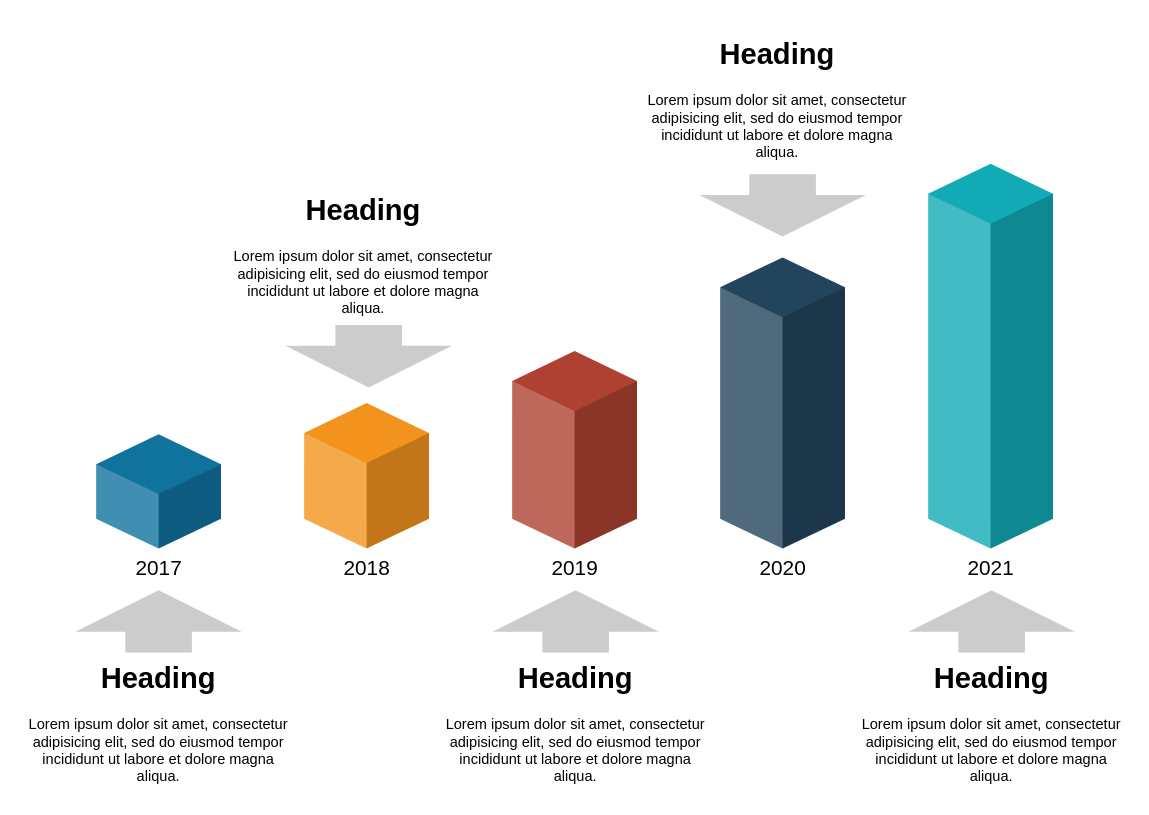
Above: 未命名绘图.drawio in gsmartware/book-pdf (draw.io), before the change. Source tidied: cells renumbered, new cells numbered last; positions are measured from the earlier drawing's top-left corner, leaving out a move shared by most shapes. Both pictures are drawn from the tidied source at 104%, with x=0, y=0 at pixel (18, 28).
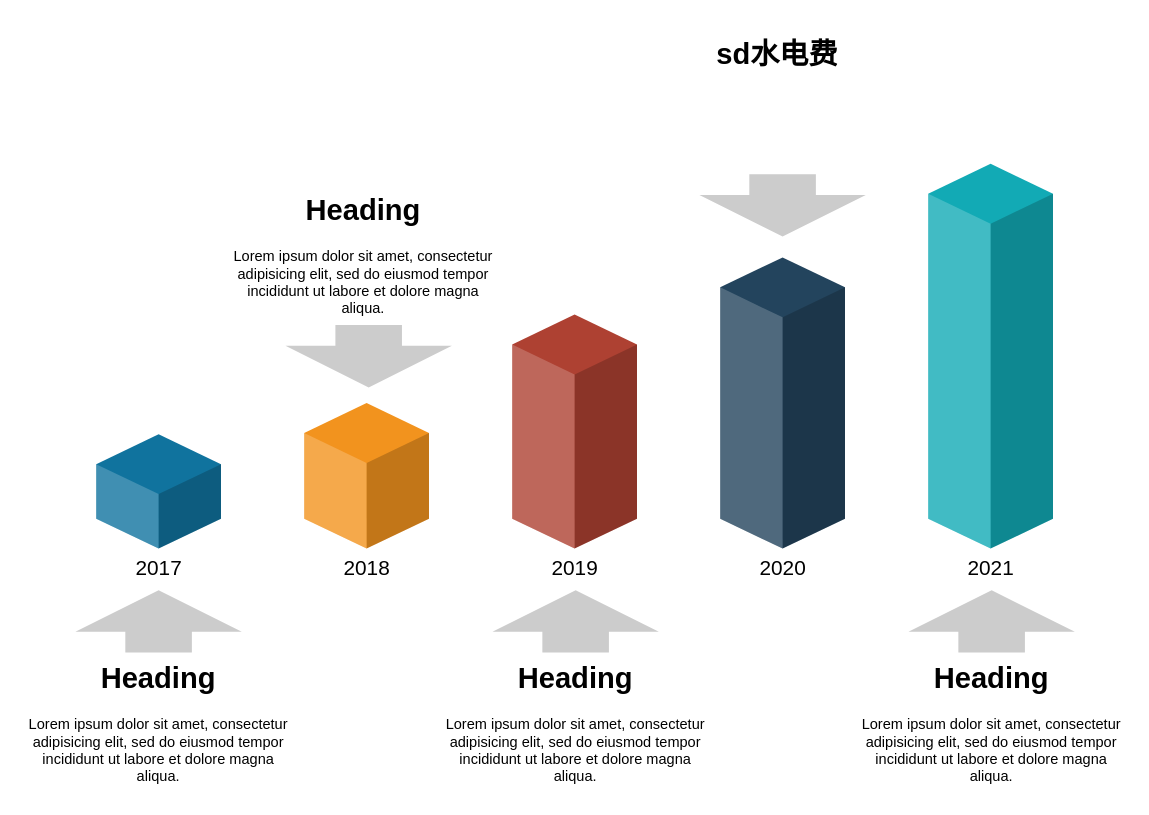
Above is the later version.

Diff of the diagram source:
```diff
@@
 <mxGraphModel>
   <root>
     <mxCell id="0" />
     <mxCell id="1" parent="0" />
     <mxCell id="2" style="html=1;shadow=0;dashed=0;align=center;verticalAlign=middle;shape=mxgraph.arrows2.arrow;dy=0.6;dx=40;direction=north;notch=0;strokeWidth=2;fillColor=#CCCCCC;fontSize=14;fontColor=#000000;strokeColor=none;" parent="1" vertex="1">
       <mxGeometry x="55" y="540" width="160" height="60" as="geometry" />
     </mxCell>
     <mxCell id="3" value="2017" style="verticalLabelPosition=bottom;verticalAlign=top;html=1;shape=mxgraph.infographic.shadedCube;isoAngle=15;fillColor=#10739E;strokeColor=none;fontFamily=Helvetica;fontSize=20;align=center;strokeWidth=2;" parent="1" vertex="1">
       <mxGeometry x="75" y="390" width="120" height="110" as="geometry" />
     </mxCell>
     <mxCell id="4" value="2018" style="verticalLabelPosition=bottom;verticalAlign=top;html=1;shape=mxgraph.infographic.shadedCube;isoAngle=15;fillColor=#F2931E;strokeColor=none;fontFamily=Helvetica;fontSize=20;align=center;strokeWidth=2;" parent="1" vertex="1">
       <mxGeometry x="275" y="360" width="120" height="140" as="geometry" />
     </mxCell>
     <mxCell id="5" value="2019" style="verticalLabelPosition=bottom;verticalAlign=top;html=1;shape=mxgraph.infographic.shadedCube;isoAngle=15;fillColor=#AE4132;strokeColor=none;fontFamily=Helvetica;fontSize=20;align=center;strokeWidth=2;" parent="1" vertex="1">
-      <mxGeometry x="475" y="310" width="120" height="190" as="geometry" />
+      <mxGeometry x="475" y="275" width="120" height="225" as="geometry" />
     </mxCell>
     <mxCell id="6" value="2020" style="verticalLabelPosition=bottom;verticalAlign=top;html=1;shape=mxgraph.infographic.shadedCube;isoAngle=15;fillColor=#23445D;strokeColor=none;fontFamily=Helvetica;fontSize=20;align=center;strokeWidth=2;" parent="1" vertex="1">
       <mxGeometry x="675" y="220" width="120" height="280" as="geometry" />
     </mxCell>
     <mxCell id="7" value="2021" style="verticalLabelPosition=bottom;verticalAlign=top;html=1;shape=mxgraph.infographic.shadedCube;isoAngle=15;fillColor=#12AAB5;strokeColor=none;fontFamily=Helvetica;fontSize=20;align=center;strokeWidth=2;" parent="1" vertex="1">
       <mxGeometry x="875" y="130" width="120" height="370" as="geometry" />
     </mxCell>
     <mxCell id="8" value="&lt;h1&gt;Heading&lt;/h1&gt;&lt;p&gt;Lorem ipsum dolor sit amet, consectetur adipisicing elit, sed do eiusmod tempor incididunt ut labore et dolore magna aliqua.&lt;/p&gt;" style="text;html=1;spacing=5;spacingTop=-20;whiteSpace=wrap;overflow=hidden;strokeWidth=2;fillColor=none;gradientColor=none;fontSize=14;align=center;" parent="1" vertex="1">
       <mxGeometry y="600" width="270" height="140" as="geometry" />
     </mxCell>
     <mxCell id="9" value="&lt;h1&gt;Heading&lt;/h1&gt;&lt;p&gt;Lorem ipsum dolor sit amet, consectetur adipisicing elit, sed do eiusmod tempor incididunt ut labore et dolore magna aliqua.&lt;/p&gt;" style="text;html=1;spacing=5;spacingTop=-20;whiteSpace=wrap;overflow=hidden;strokeWidth=2;fillColor=none;gradientColor=none;fontSize=14;align=center;" parent="1" vertex="1">
       <mxGeometry x="197" y="150" width="270" height="140" as="geometry" />
     </mxCell>
     <mxCell id="10" value="&lt;h1&gt;Heading&lt;/h1&gt;&lt;p&gt;Lorem ipsum dolor sit amet, consectetur adipisicing elit, sed do eiusmod tempor incididunt ut labore et dolore magna aliqua.&lt;/p&gt;" style="text;html=1;spacing=5;spacingTop=-20;whiteSpace=wrap;overflow=hidden;strokeWidth=2;fillColor=none;gradientColor=none;fontSize=14;align=center;" parent="1" vertex="1">
       <mxGeometry x="401" y="600" width="270" height="140" as="geometry" />
     </mxCell>
     <mxCell id="11" value="&lt;h1&gt;Heading&lt;/h1&gt;&lt;p&gt;Lorem ipsum dolor sit amet, consectetur adipisicing elit, sed do eiusmod tempor incididunt ut labore et dolore magna aliqua.&lt;/p&gt;" style="text;html=1;spacing=5;spacingTop=-20;whiteSpace=wrap;overflow=hidden;strokeWidth=2;fillColor=none;gradientColor=none;fontSize=14;align=center;" parent="1" vertex="1">
       <mxGeometry x="801" y="600" width="270" height="140" as="geometry" />
     </mxCell>
-    <mxCell id="12" value="&lt;h1&gt;Heading&lt;/h1&gt;&lt;p&gt;Lorem ipsum dolor sit amet, consectetur adipisicing elit, sed do eiusmod tempor incididunt ut labore et dolore magna aliqua.&lt;/p&gt;" style="text;html=1;spacing=5;spacingTop=-20;whiteSpace=wrap;overflow=hidden;strokeWidth=2;fillColor=none;gradientColor=none;fontSize=14;align=center;" parent="1" vertex="1">
+    <mxCell id="12" value="&lt;h1&gt;sd水电费&lt;/h1&gt;" style="text;html=1;spacing=5;spacingTop=-20;whiteSpace=wrap;overflow=hidden;strokeWidth=2;fillColor=none;gradientColor=none;fontSize=14;align=center;" parent="1" vertex="1">
       <mxGeometry x="595" width="270" height="140" as="geometry" />
     </mxCell>
     <mxCell id="13" style="html=1;shadow=0;dashed=0;align=center;verticalAlign=middle;shape=mxgraph.arrows2.arrow;dy=0.6;dx=40;direction=north;notch=0;strokeWidth=2;fillColor=#CCCCCC;fontSize=14;fontColor=#000000;strokeColor=none;" parent="1" vertex="1">
       <mxGeometry x="456" y="540" width="160" height="60" as="geometry" />
     </mxCell>
     <mxCell id="14" style="html=1;shadow=0;dashed=0;align=center;verticalAlign=middle;shape=mxgraph.arrows2.arrow;dy=0.6;dx=40;direction=north;notch=0;strokeWidth=2;fillColor=#CCCCCC;fontSize=14;fontColor=#000000;strokeColor=none;" parent="1" vertex="1">
       <mxGeometry x="856" y="540" width="160" height="60" as="geometry" />
     </mxCell>
     <mxCell id="15" style="html=1;shadow=0;dashed=0;align=center;verticalAlign=middle;shape=mxgraph.arrows2.arrow;dy=0.6;dx=40;direction=north;notch=0;strokeWidth=2;fillColor=#CCCCCC;fontSize=14;fontColor=#000000;strokeColor=none;flipV=1;" parent="1" vertex="1">
       <mxGeometry x="257" y="285" width="160" height="60" as="geometry" />
     </mxCell>
     <mxCell id="16" style="html=1;shadow=0;dashed=0;align=center;verticalAlign=middle;shape=mxgraph.arrows2.arrow;dy=0.6;dx=40;direction=north;notch=0;strokeWidth=2;fillColor=#CCCCCC;fontSize=14;fontColor=#000000;strokeColor=none;flipV=1;" parent="1" vertex="1">
       <mxGeometry x="655" y="140" width="160" height="60" as="geometry" />
     </mxCell>
   </root>
 </mxGraphModel>
```
